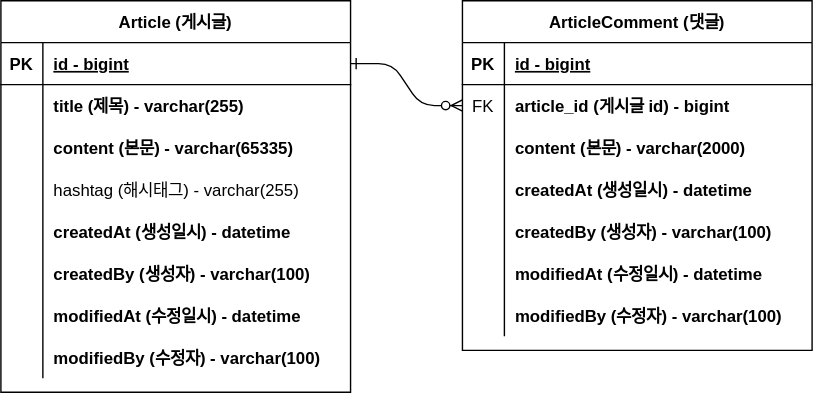
Jaeework/fastcampus-project-board keeps this draw.io diagram as document/project-board-erd.svg. Above is the earlier version. Source tidied: cells renumbered, new cells last; positions are measured from the earlier drawing's top-left corner, leaving out a move shared by most shapes.
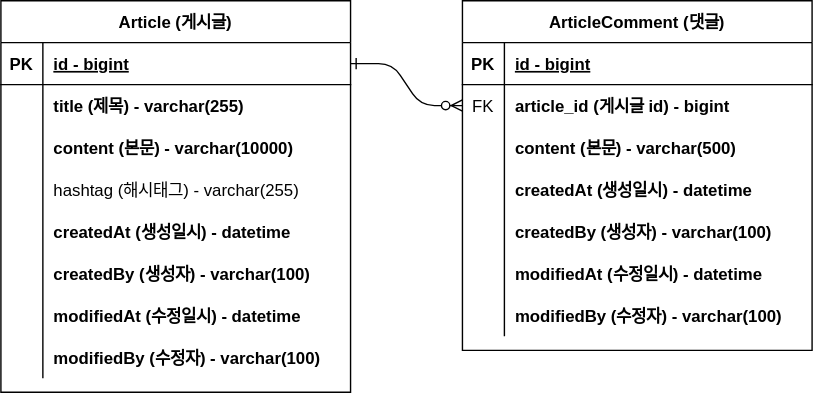
Above is the later version.

Commit message:
#10 - erd 업데이트: content 사이즈 변경

Diff of the diagram source:
```diff
@@ -34,7 +34,7 @@
     <mxCell id="11" style="shape=partialRectangle;overflow=hidden;fillColor=none;top=0;left=0;bottom=0;right=0;" parent="10" vertex="1">
       <mxGeometry width="30" height="30" as="geometry" />
     </mxCell>
-    <mxCell id="12" value="content (본문) - varchar(65335)" style="shape=partialRectangle;overflow=hidden;fillColor=none;top=0;left=0;bottom=0;right=0;align=left;spacingLeft=6;fontStyle=1;" parent="10" vertex="1">
+    <mxCell id="12" value="content (본문) - varchar(10000)" style="shape=partialRectangle;overflow=hidden;fillColor=none;top=0;left=0;bottom=0;right=0;align=left;spacingLeft=6;fontStyle=1;" parent="10" vertex="1">
       <mxGeometry x="30" width="220" height="30" as="geometry" />
     </mxCell>
     <mxCell id="13" style="shape=partialRectangle;fillColor=none;top=0;left=0;right=0;bottom=0;" parent="3" vertex="1">
@@ -109,7 +109,7 @@
     <mxCell id="36" style="shape=partialRectangle;overflow=hidden;fillColor=none;top=0;left=0;bottom=0;right=0;" parent="35" vertex="1">
       <mxGeometry width="30" height="30" as="geometry" />
     </mxCell>
-    <mxCell id="37" value="content (본문) - varchar(2000)" style="shape=partialRectangle;overflow=hidden;fillColor=none;top=0;left=0;bottom=0;right=0;align=left;spacingLeft=6;fontStyle=1;" parent="35" vertex="1">
+    <mxCell id="37" value="content (본문) - varchar(500)" style="shape=partialRectangle;overflow=hidden;fillColor=none;top=0;left=0;bottom=0;right=0;align=left;spacingLeft=6;fontStyle=1;" parent="35" vertex="1">
       <mxGeometry x="30" width="220" height="30" as="geometry" />
     </mxCell>
     <mxCell id="38" style="shape=partialRectangle;fillColor=none;top=0;left=0;right=0;bottom=0;" parent="28" vertex="1">
```
